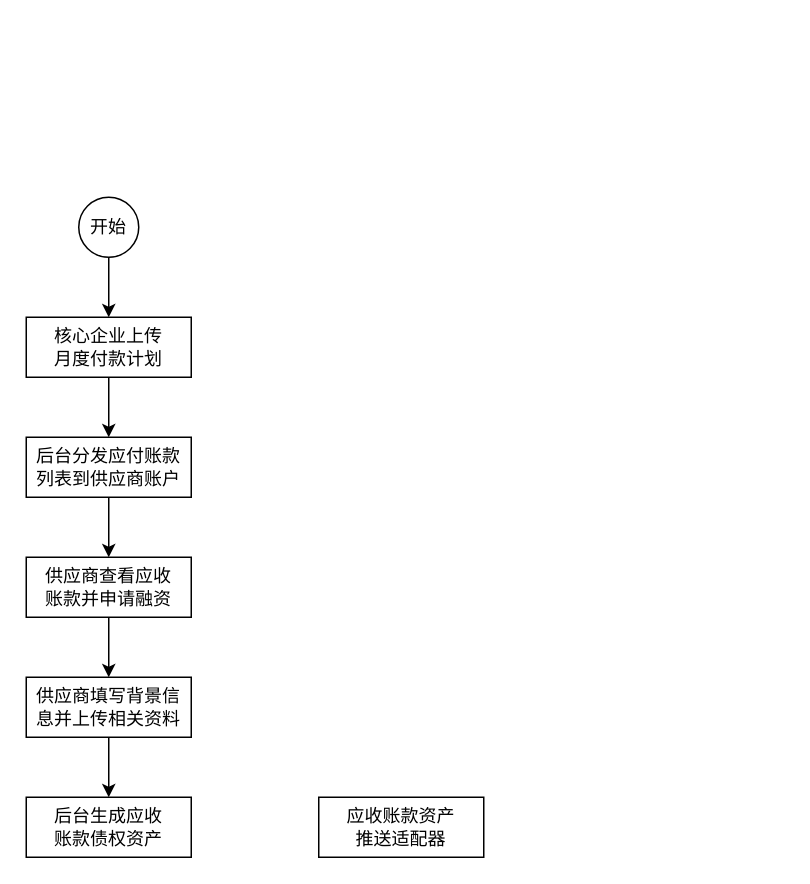
Before: 航科物流建材产业区块链平台.drawio in flyingleaf886/MyDesign, a draw.io diagram. Source tidied: cells renumbered, new cells numbered last; positions are measured from the earlier drawing's top-left corner, leaving out a move shared by most shapes. Both pictures are drawn from the tidied source at 150%, with x=0, y=0 at pixel (26, 196).
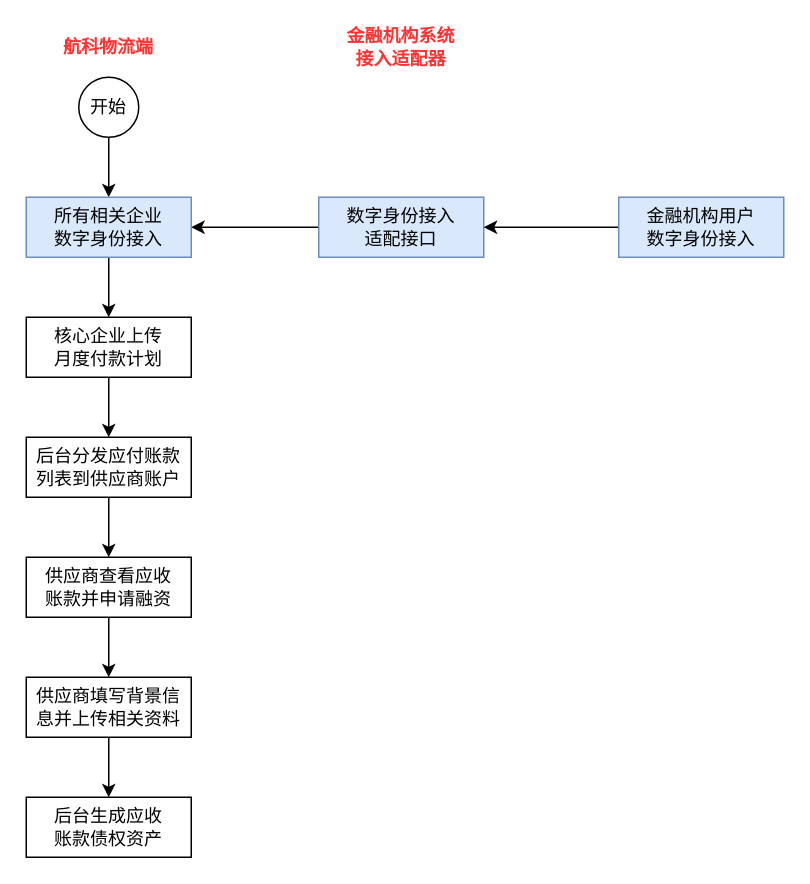
The same diagram, later.

Commit message (it also covers changes not shown here):
更新航科物流建材产业区块链平台.drawio

Unchanged cells that the change refers to:
```xml
<mxCell id="5" value="核心企业上传&lt;br&gt;月度付款计划" style="rounded=0;whiteSpace=wrap;html=1;" parent="1" vertex="1">
  <mxGeometry y="80" width="110" height="40" as="geometry" />
</mxCell>
```

The edit, as a diff of the source:
```diff
@@
-    <mxCell id="2" style="edgeStyle=orthogonalEdgeStyle;rounded=0;jettySize=auto;html=1;entryX=0.5;entryY=0;entryDx=0;entryDy=0;" parent="1" edge="1" source="3" target="5">
-      <mxGeometry relative="1" as="geometry" />
-    </mxCell>
+    <mxCell id="15" style="edgeStyle=orthogonalEdgeStyle;rounded=0;jettySize=auto;html=1;entryX=0.5;entryY=0;entryDx=0;entryDy=0;fontFamily=Helvetica;fontColor=#FF3333;" parent="1" edge="1" source="3" target="18">
+      <mxGeometry relative="1" as="geometry" />
+    </mxCell>
     <mxCell id="3" value="开始" style="ellipse;whiteSpace=wrap;html=1;" parent="1" vertex="1">
-      <mxGeometry x="35" width="40" height="40" as="geometry" />
+      <mxGeometry x="35" y="-80" width="40" height="40" as="geometry" />
     </mxCell>
@@
+    <mxCell id="16" style="edgeStyle=orthogonalEdgeStyle;rounded=0;jettySize=auto;html=1;entryX=1;entryY=0.5;entryDx=0;entryDy=0;fontFamily=Helvetica;fontColor=#FF3333;" parent="1" edge="1" source="14" target="18">
+      <mxGeometry relative="1" as="geometry" />
+    </mxCell>
-    <mxCell id="14" value="应收账款资产&lt;br&gt;推送适配器" style="rounded=0;whiteSpace=wrap;html=1;" parent="1" vertex="1">
-      <mxGeometry x="195" y="400" width="110" height="40" as="geometry" />
+    <mxCell id="14" value="数字身份接入&lt;br&gt;适配接口" style="rounded=0;whiteSpace=wrap;html=1;fillColor=#dae8fc;strokeColor=#6c8ebf;" parent="1" vertex="1">
+      <mxGeometry x="195" width="110" height="40" as="geometry" />
     </mxCell>
+    <mxCell id="17" style="edgeStyle=orthogonalEdgeStyle;rounded=0;jettySize=auto;html=1;entryX=0.5;entryY=0;entryDx=0;entryDy=0;fontFamily=Helvetica;fontColor=#FF3333;" parent="1" edge="1" source="18" target="5">
+      <mxGeometry relative="1" as="geometry" />
+    </mxCell>
+    <mxCell id="18" value="所有相关企业&lt;br&gt;数字身份接入" style="rounded=0;whiteSpace=wrap;html=1;fillColor=#dae8fc;strokeColor=#6c8ebf;" parent="1" vertex="1">
+      <mxGeometry width="110" height="40" as="geometry" />
+    </mxCell>
+    <mxCell id="19" value="航科物流端" style="text;html=1;strokeColor=none;fillColor=none;align=center;verticalAlign=middle;whiteSpace=wrap;rounded=0;fontFamily=Helvetica;fontStyle=1;fontColor=#FF3333;" parent="1" vertex="1">
+      <mxGeometry x="15" y="-110" width="80" height="20" as="geometry" />
+    </mxCell>
+    <mxCell id="20" value="金融机构系统接入适配器" style="text;html=1;strokeColor=none;fillColor=none;align=center;verticalAlign=middle;whiteSpace=wrap;rounded=0;fontFamily=Helvetica;fontStyle=1;fontColor=#FF3333;" parent="1" vertex="1">
+      <mxGeometry x="210" y="-110" width="80" height="20" as="geometry" />
+    </mxCell>
+    <mxCell id="21" style="edgeStyle=orthogonalEdgeStyle;rounded=0;jettySize=auto;html=1;entryX=1;entryY=0.5;entryDx=0;entryDy=0;fontFamily=Helvetica;fontColor=#FF3333;" parent="1" edge="1" source="22" target="14">
+      <mxGeometry relative="1" as="geometry" />
+    </mxCell>
+    <mxCell id="22" value="金融机构用户&lt;br&gt;数字身份接入" style="rounded=0;whiteSpace=wrap;html=1;fillColor=#dae8fc;strokeColor=#6c8ebf;" parent="1" vertex="1">
+      <mxGeometry x="395" width="110" height="40" as="geometry" />
+    </mxCell>
```
